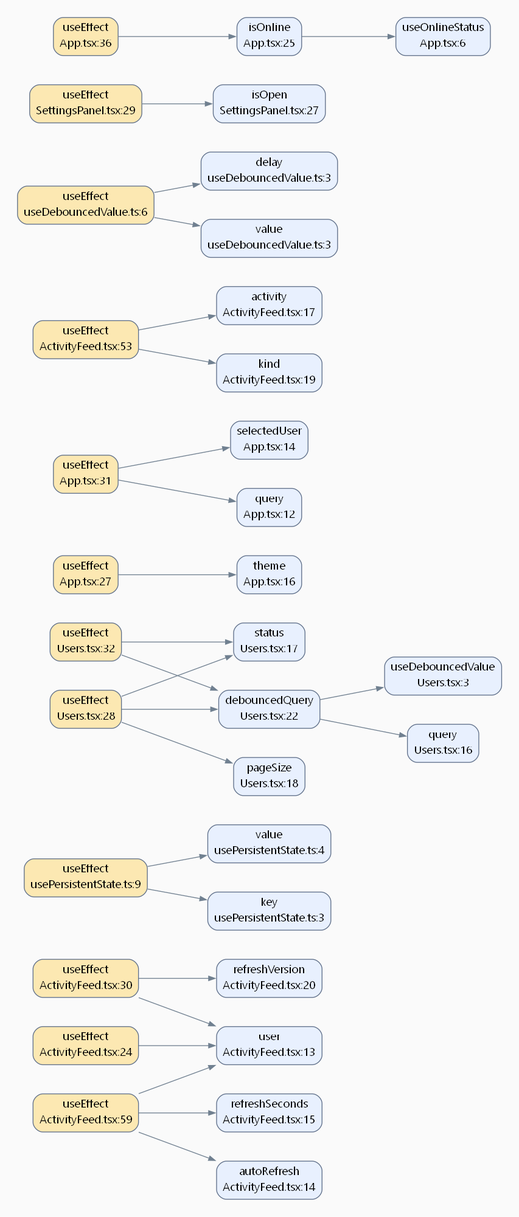
Earlier version of the Graphviz export codeql-graph/use-effects.png (fav757/use-effect-graph). Its source is kept beside it as codeql-graph/use-effects.dot.
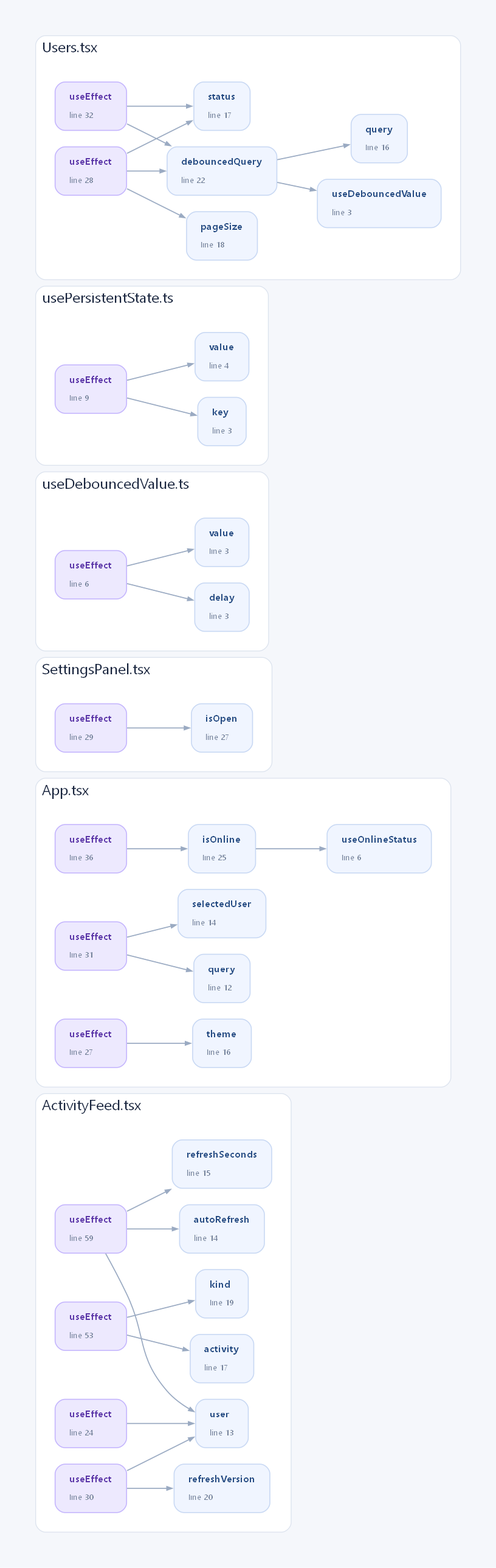
After the commit.

The edit, as a diff of the source:
```diff
@@ -1,63 +1,75 @@
 digraph UseEffects {
-  graph [rankdir=LR, bgcolor="#fafafa", pad="0.3", nodesep="0.5", ranksep="0.8"];
-  node [shape=box, style="rounded,filled", fillcolor="#e8f0fe", color="#5f6f89", fontname="Segoe UI"];
-  edge [color="#708090", arrowsize="0.8"];
-  "-16536259" [label="useEffect\nActivityFeed.tsx:30", fillcolor="#fce8b2", URL="file://E:/study/use-effect-graph/src/components/ActivityFeed.tsx:30:3:51:28"];
-  "-16536307" [label="refreshVersion\nActivityFeed.tsx:20", fillcolor="#e8f0fe", URL="file://E:/study/use-effect-graph/src/components/ActivityFeed.tsx:20:10:20:23"];
-  "-16531373" [label="useEffect\nusePersistentState.ts:9", fillcolor="#fce8b2", URL="file://E:/study/use-effect-graph/src/hooks/usePersistentState.ts:9:3:11:18"];
-  "-16536346" [label="refreshSeconds\nActivityFeed.tsx:15", fillcolor="#e8f0fe", URL="file://E:/study/use-effect-graph/src/components/ActivityFeed.tsx:15:3:15:16"];
-  "-16533578" [label="useEffect\nUsers.tsx:28", fillcolor="#fce8b2", URL="file://E:/study/use-effect-graph/src/components/Users.tsx:28:3:30:40"];
-  "-16533696" [label="useDebouncedValue\nUsers.tsx:3", fillcolor="#e8f0fe", URL="file://E:/study/use-effect-graph/src/components/Users.tsx:3:10:3:26"];
-  "-16537656" [label="useEffect\nApp.tsx:27", fillcolor="#fce8b2", URL="file://E:/study/use-effect-graph/src/App.tsx:27:3:29:13"];
-  "-16533621" [label="debouncedQuery\nUsers.tsx:22", fillcolor="#e8f0fe", URL="file://E:/study/use-effect-graph/src/components/Users.tsx:22:9:22:22"];
-  "-16533639" [label="query\nUsers.tsx:16", fillcolor="#e8f0fe", URL="file://E:/study/use-effect-graph/src/components/Users.tsx:16:3:16:7"];
-  "-16536352" [label="user\nActivityFeed.tsx:13", fillcolor="#e8f0fe", URL="file://E:/study/use-effect-graph/src/components/ActivityFeed.tsx:13:3:13:6"];
-  "-16536282" [label="useEffect\nActivityFeed.tsx:24", fillcolor="#fce8b2", URL="file://E:/study/use-effect-graph/src/components/ActivityFeed.tsx:24:3:28:16"];
-  "-16537712" [label="selectedUser\nApp.tsx:14", fillcolor="#e8f0fe", URL="file://E:/study/use-effect-graph/src/App.tsx:14:10:14:21"];
-  "-16536339" [label="activity\nActivityFeed.tsx:17", fillcolor="#e8f0fe", URL="file://E:/study/use-effect-graph/src/components/ActivityFeed.tsx:17:10:17:17"];
-  "-16537733" [label="query\nApp.tsx:12", fillcolor="#e8f0fe", URL="file://E:/study/use-effect-graph/src/App.tsx:12:10:12:14"];
-  "-16537691" [label="theme\nApp.tsx:16", fillcolor="#e8f0fe", URL="file://E:/study/use-effect-graph/src/App.tsx:16:10:16:14"];
-  "-16533636" [label="status\nUsers.tsx:17", fillcolor="#e8f0fe", URL="file://E:/study/use-effect-graph/src/components/Users.tsx:17:3:17:8"];
-  "-16531407" [label="value\nusePersistentState.ts:4", fillcolor="#e8f0fe", URL="file://E:/study/use-effect-graph/src/hooks/usePersistentState.ts:4:10:4:14"];
-  "-16531812" [label="delay\nuseDebouncedValue.ts:3", fillcolor="#e8f0fe", URL="file://E:/study/use-effect-graph/src/hooks/useDebouncedValue.ts:3:48:3:52"];
-  "-16533564" [label="useEffect\nUsers.tsx:32", fillcolor="#fce8b2", URL="file://E:/study/use-effect-graph/src/components/Users.tsx:32:3:49:30"];
-  "-16534811" [label="useEffect\nSettingsPanel.tsx:29", fillcolor="#fce8b2", URL="file://E:/study/use-effect-graph/src/components/SettingsPanel.tsx:29:3:36:14"];
-  "-16537604" [label="useEffect\nApp.tsx:36", fillcolor="#fce8b2", URL="file://E:/study/use-effect-graph/src/App.tsx:36:3:40:16"];
-  "-16533633" [label="pageSize\nUsers.tsx:18", fillcolor="#e8f0fe", URL="file://E:/study/use-effect-graph/src/components/Users.tsx:18:3:18:10"];
-  "-16536349" [label="autoRefresh\nActivityFeed.tsx:14", fillcolor="#e8f0fe", URL="file://E:/study/use-effect-graph/src/components/ActivityFeed.tsx:14:3:14:13"];
-  "-16536319" [label="kind\nActivityFeed.tsx:19", fillcolor="#e8f0fe", URL="file://E:/study/use-effect-graph/src/components/ActivityFeed.tsx:19:10:19:13"];
-  "-16534817" [label="isOpen\nSettingsPanel.tsx:27", fillcolor="#e8f0fe", URL="file://E:/study/use-effect-graph/src/components/SettingsPanel.tsx:27:10:27:15"];
-  "-16536161" [label="useEffect\nActivityFeed.tsx:53", fillcolor="#fce8b2", URL="file://E:/study/use-effect-graph/src/components/ActivityFeed.tsx:53:3:57:22"];
-  "-16536132" [label="useEffect\nActivityFeed.tsx:59", fillcolor="#fce8b2", URL="file://E:/study/use-effect-graph/src/components/ActivityFeed.tsx:59:3:66:41"];
-  "-16531795" [label="useEffect\nuseDebouncedValue.ts:6", fillcolor="#fce8b2", URL="file://E:/study/use-effect-graph/src/hooks/useDebouncedValue.ts:6:3:14:20"];
-  "-16531813" [label="value\nuseDebouncedValue.ts:3", fillcolor="#e8f0fe", URL="file://E:/study/use-effect-graph/src/hooks/useDebouncedValue.ts:3:38:3:42"];
-  "-16537660" [label="isOnline\nApp.tsx:25", fillcolor="#e8f0fe", URL="file://E:/study/use-effect-graph/src/App.tsx:25:9:25:16"];
-  "-16537638" [label="useEffect\nApp.tsx:31", fillcolor="#fce8b2", URL="file://E:/study/use-effect-graph/src/App.tsx:31:3:34:27"];
-  "-16537772" [label="useOnlineStatus\nApp.tsx:6", fillcolor="#e8f0fe", URL="file://E:/study/use-effect-graph/src/App.tsx:6:10:6:24"];
-  "-16531418" [label="key\nusePersistentState.ts:3", fillcolor="#e8f0fe", URL="file://E:/study/use-effect-graph/src/hooks/usePersistentState.ts:3:39:3:41"];
-  "-16537660" -> "-16537772";
-  "-16537656" -> "-16537691";
-  "-16537638" -> "-16537733";
-  "-16537638" -> "-16537712";
-  "-16537604" -> "-16537660";
-  "-16536282" -> "-16536352";
-  "-16536259" -> "-16536352";
-  "-16536259" -> "-16536307";
-  "-16536161" -> "-16536339";
-  "-16536161" -> "-16536319";
-  "-16536132" -> "-16536352";
-  "-16536132" -> "-16536349";
-  "-16536132" -> "-16536346";
-  "-16534811" -> "-16534817";
-  "-16533621" -> "-16533696";
-  "-16533621" -> "-16533639";
-  "-16533578" -> "-16533636";
-  "-16533578" -> "-16533633";
-  "-16533578" -> "-16533621";
-  "-16533564" -> "-16533636";
-  "-16533564" -> "-16533621";
-  "-16531795" -> "-16531813";
-  "-16531795" -> "-16531812";
-  "-16531373" -> "-16531418";
-  "-16531373" -> "-16531407";
+graph [rankdir=LR, bgcolor="#f5f7fb", pad="0.5", nodesep="0.28", ranksep="0.7", compound=true, fontname="Segoe UI", fontsize=18, fontcolor="#17233c"];
+node [shape=box, style="rounded,filled", margin="0.22,0.14", fontname="Segoe UI", fontsize=12, penwidth=1.2];
+edge [color="#9aaac2", penwidth=1.3, arrowsize=0.65];
+subgraph cluster_0 { label="ActivityFeed.tsx"; labeljust=l; style="rounded,filled"; color="#dce3ee"; fillcolor="white"; margin=24;
+"-16534076" [label=<<TABLE BORDER="0" CELLBORDER="0" CELLSPACING="0"><TR><TD ALIGN="LEFT"><FONT COLOR="#254b82"><B>user</B></FONT></TD></TR><TR><TD ALIGN="LEFT"><FONT COLOR="#738199" POINT-SIZE="10">line 13</FONT></TD></TR></TABLE>>, fillcolor="#f0f5ff", color="#c8d8f3", URL="file://E:/study/use-effect-graph/src/components/ActivityFeed.tsx:13:3:13:6", tooltip="ActivityFeed.tsx:13"];
+"-16534073" [label=<<TABLE BORDER="0" CELLBORDER="0" CELLSPACING="0"><TR><TD ALIGN="LEFT"><FONT COLOR="#254b82"><B>autoRefresh</B></FONT></TD></TR><TR><TD ALIGN="LEFT"><FONT COLOR="#738199" POINT-SIZE="10">line 14</FONT></TD></TR></TABLE>>, fillcolor="#f0f5ff", color="#c8d8f3", URL="file://E:/study/use-effect-graph/src/components/ActivityFeed.tsx:14:3:14:13", tooltip="ActivityFeed.tsx:14"];
+"-16534070" [label=<<TABLE BORDER="0" CELLBORDER="0" CELLSPACING="0"><TR><TD ALIGN="LEFT"><FONT COLOR="#254b82"><B>refreshSeconds</B></FONT></TD></TR><TR><TD ALIGN="LEFT"><FONT COLOR="#738199" POINT-SIZE="10">line 15</FONT></TD></TR></TABLE>>, fillcolor="#f0f5ff", color="#c8d8f3", URL="file://E:/study/use-effect-graph/src/components/ActivityFeed.tsx:15:3:15:16", tooltip="ActivityFeed.tsx:15"];
+"-16534063" [label=<<TABLE BORDER="0" CELLBORDER="0" CELLSPACING="0"><TR><TD ALIGN="LEFT"><FONT COLOR="#254b82"><B>activity</B></FONT></TD></TR><TR><TD ALIGN="LEFT"><FONT COLOR="#738199" POINT-SIZE="10">line 17</FONT></TD></TR></TABLE>>, fillcolor="#f0f5ff", color="#c8d8f3", URL="file://E:/study/use-effect-graph/src/components/ActivityFeed.tsx:17:10:17:17", tooltip="ActivityFeed.tsx:17"];
+"-16534043" [label=<<TABLE BORDER="0" CELLBORDER="0" CELLSPACING="0"><TR><TD ALIGN="LEFT"><FONT COLOR="#254b82"><B>kind</B></FONT></TD></TR><TR><TD ALIGN="LEFT"><FONT COLOR="#738199" POINT-SIZE="10">line 19</FONT></TD></TR></TABLE>>, fillcolor="#f0f5ff", color="#c8d8f3", URL="file://E:/study/use-effect-graph/src/components/ActivityFeed.tsx:19:10:19:13", tooltip="ActivityFeed.tsx:19"];
+"-16534031" [label=<<TABLE BORDER="0" CELLBORDER="0" CELLSPACING="0"><TR><TD ALIGN="LEFT"><FONT COLOR="#254b82"><B>refreshVersion</B></FONT></TD></TR><TR><TD ALIGN="LEFT"><FONT COLOR="#738199" POINT-SIZE="10">line 20</FONT></TD></TR></TABLE>>, fillcolor="#f0f5ff", color="#c8d8f3", URL="file://E:/study/use-effect-graph/src/components/ActivityFeed.tsx:20:10:20:23", tooltip="ActivityFeed.tsx:20"];
+"-16534006" [label=<<TABLE BORDER="0" CELLBORDER="0" CELLSPACING="0"><TR><TD ALIGN="LEFT"><FONT COLOR="#5b36a8"><B>useEffect</B></FONT></TD></TR><TR><TD ALIGN="LEFT"><FONT COLOR="#738199" POINT-SIZE="10">line 24</FONT></TD></TR></TABLE>>, fillcolor="#ede9fe", color="#c4b5fd", URL="file://E:/study/use-effect-graph/src/components/ActivityFeed.tsx:24:3:28:16", tooltip="ActivityFeed.tsx:24"];
+"-16533983" [label=<<TABLE BORDER="0" CELLBORDER="0" CELLSPACING="0"><TR><TD ALIGN="LEFT"><FONT COLOR="#5b36a8"><B>useEffect</B></FONT></TD></TR><TR><TD ALIGN="LEFT"><FONT COLOR="#738199" POINT-SIZE="10">line 30</FONT></TD></TR></TABLE>>, fillcolor="#ede9fe", color="#c4b5fd", URL="file://E:/study/use-effect-graph/src/components/ActivityFeed.tsx:30:3:51:28", tooltip="ActivityFeed.tsx:30"];
+"-16533885" [label=<<TABLE BORDER="0" CELLBORDER="0" CELLSPACING="0"><TR><TD ALIGN="LEFT"><FONT COLOR="#5b36a8"><B>useEffect</B></FONT></TD></TR><TR><TD ALIGN="LEFT"><FONT COLOR="#738199" POINT-SIZE="10">line 53</FONT></TD></TR></TABLE>>, fillcolor="#ede9fe", color="#c4b5fd", URL="file://E:/study/use-effect-graph/src/components/ActivityFeed.tsx:53:3:57:22", tooltip="ActivityFeed.tsx:53"];
+"-16533856" [label=<<TABLE BORDER="0" CELLBORDER="0" CELLSPACING="0"><TR><TD ALIGN="LEFT"><FONT COLOR="#5b36a8"><B>useEffect</B></FONT></TD></TR><TR><TD ALIGN="LEFT"><FONT COLOR="#738199" POINT-SIZE="10">line 59</FONT></TD></TR></TABLE>>, fillcolor="#ede9fe", color="#c4b5fd", URL="file://E:/study/use-effect-graph/src/components/ActivityFeed.tsx:59:3:66:41", tooltip="ActivityFeed.tsx:59"];
 }
+subgraph cluster_1 { label="App.tsx"; labeljust=l; style="rounded,filled"; color="#dce3ee"; fillcolor="white"; margin=24;
+"-16535496" [label=<<TABLE BORDER="0" CELLBORDER="0" CELLSPACING="0"><TR><TD ALIGN="LEFT"><FONT COLOR="#254b82"><B>useOnlineStatus</B></FONT></TD></TR><TR><TD ALIGN="LEFT"><FONT COLOR="#738199" POINT-SIZE="10">line 6</FONT></TD></TR></TABLE>>, fillcolor="#f0f5ff", color="#c8d8f3", URL="file://E:/study/use-effect-graph/src/App.tsx:6:10:6:24", tooltip="App.tsx:6"];
+"-16535457" [label=<<TABLE BORDER="0" CELLBORDER="0" CELLSPACING="0"><TR><TD ALIGN="LEFT"><FONT COLOR="#254b82"><B>query</B></FONT></TD></TR><TR><TD ALIGN="LEFT"><FONT COLOR="#738199" POINT-SIZE="10">line 12</FONT></TD></TR></TABLE>>, fillcolor="#f0f5ff", color="#c8d8f3", URL="file://E:/study/use-effect-graph/src/App.tsx:12:10:12:14", tooltip="App.tsx:12"];
+"-16535436" [label=<<TABLE BORDER="0" CELLBORDER="0" CELLSPACING="0"><TR><TD ALIGN="LEFT"><FONT COLOR="#254b82"><B>selectedUser</B></FONT></TD></TR><TR><TD ALIGN="LEFT"><FONT COLOR="#738199" POINT-SIZE="10">line 14</FONT></TD></TR></TABLE>>, fillcolor="#f0f5ff", color="#c8d8f3", URL="file://E:/study/use-effect-graph/src/App.tsx:14:10:14:21", tooltip="App.tsx:14"];
+"-16535415" [label=<<TABLE BORDER="0" CELLBORDER="0" CELLSPACING="0"><TR><TD ALIGN="LEFT"><FONT COLOR="#254b82"><B>theme</B></FONT></TD></TR><TR><TD ALIGN="LEFT"><FONT COLOR="#738199" POINT-SIZE="10">line 16</FONT></TD></TR></TABLE>>, fillcolor="#f0f5ff", color="#c8d8f3", URL="file://E:/study/use-effect-graph/src/App.tsx:16:10:16:14", tooltip="App.tsx:16"];
+"-16535384" [label=<<TABLE BORDER="0" CELLBORDER="0" CELLSPACING="0"><TR><TD ALIGN="LEFT"><FONT COLOR="#254b82"><B>isOnline</B></FONT></TD></TR><TR><TD ALIGN="LEFT"><FONT COLOR="#738199" POINT-SIZE="10">line 25</FONT></TD></TR></TABLE>>, fillcolor="#f0f5ff", color="#c8d8f3", URL="file://E:/study/use-effect-graph/src/App.tsx:25:9:25:16", tooltip="App.tsx:25"];
+"-16535380" [label=<<TABLE BORDER="0" CELLBORDER="0" CELLSPACING="0"><TR><TD ALIGN="LEFT"><FONT COLOR="#5b36a8"><B>useEffect</B></FONT></TD></TR><TR><TD ALIGN="LEFT"><FONT COLOR="#738199" POINT-SIZE="10">line 27</FONT></TD></TR></TABLE>>, fillcolor="#ede9fe", color="#c4b5fd", URL="file://E:/study/use-effect-graph/src/App.tsx:27:3:29:13", tooltip="App.tsx:27"];
+"-16535362" [label=<<TABLE BORDER="0" CELLBORDER="0" CELLSPACING="0"><TR><TD ALIGN="LEFT"><FONT COLOR="#5b36a8"><B>useEffect</B></FONT></TD></TR><TR><TD ALIGN="LEFT"><FONT COLOR="#738199" POINT-SIZE="10">line 31</FONT></TD></TR></TABLE>>, fillcolor="#ede9fe", color="#c4b5fd", URL="file://E:/study/use-effect-graph/src/App.tsx:31:3:34:27", tooltip="App.tsx:31"];
+"-16535328" [label=<<TABLE BORDER="0" CELLBORDER="0" CELLSPACING="0"><TR><TD ALIGN="LEFT"><FONT COLOR="#5b36a8"><B>useEffect</B></FONT></TD></TR><TR><TD ALIGN="LEFT"><FONT COLOR="#738199" POINT-SIZE="10">line 36</FONT></TD></TR></TABLE>>, fillcolor="#ede9fe", color="#c4b5fd", URL="file://E:/study/use-effect-graph/src/App.tsx:36:3:40:16", tooltip="App.tsx:36"];
+}
+subgraph cluster_2 { label="SettingsPanel.tsx"; labeljust=l; style="rounded,filled"; color="#dce3ee"; fillcolor="white"; margin=24;
+"-16532541" [label=<<TABLE BORDER="0" CELLBORDER="0" CELLSPACING="0"><TR><TD ALIGN="LEFT"><FONT COLOR="#254b82"><B>isOpen</B></FONT></TD></TR><TR><TD ALIGN="LEFT"><FONT COLOR="#738199" POINT-SIZE="10">line 27</FONT></TD></TR></TABLE>>, fillcolor="#f0f5ff", color="#c8d8f3", URL="file://E:/study/use-effect-graph/src/components/SettingsPanel.tsx:27:10:27:15", tooltip="SettingsPanel.tsx:27"];
+"-16532535" [label=<<TABLE BORDER="0" CELLBORDER="0" CELLSPACING="0"><TR><TD ALIGN="LEFT"><FONT COLOR="#5b36a8"><B>useEffect</B></FONT></TD></TR><TR><TD ALIGN="LEFT"><FONT COLOR="#738199" POINT-SIZE="10">line 29</FONT></TD></TR></TABLE>>, fillcolor="#ede9fe", color="#c4b5fd", URL="file://E:/study/use-effect-graph/src/components/SettingsPanel.tsx:29:3:36:14", tooltip="SettingsPanel.tsx:29"];
+}
+subgraph cluster_3 { label="useDebouncedValue.ts"; labeljust=l; style="rounded,filled"; color="#dce3ee"; fillcolor="white"; margin=24;
+"-16529536" [label=<<TABLE BORDER="0" CELLBORDER="0" CELLSPACING="0"><TR><TD ALIGN="LEFT"><FONT COLOR="#254b82"><B>delay</B></FONT></TD></TR><TR><TD ALIGN="LEFT"><FONT COLOR="#738199" POINT-SIZE="10">line 3</FONT></TD></TR></TABLE>>, fillcolor="#f0f5ff", color="#c8d8f3", URL="file://E:/study/use-effect-graph/src/hooks/useDebouncedValue.ts:3:48:3:52", tooltip="useDebouncedValue.ts:3"];
+"-16529537" [label=<<TABLE BORDER="0" CELLBORDER="0" CELLSPACING="0"><TR><TD ALIGN="LEFT"><FONT COLOR="#254b82"><B>value</B></FONT></TD></TR><TR><TD ALIGN="LEFT"><FONT COLOR="#738199" POINT-SIZE="10">line 3</FONT></TD></TR></TABLE>>, fillcolor="#f0f5ff", color="#c8d8f3", URL="file://E:/study/use-effect-graph/src/hooks/useDebouncedValue.ts:3:38:3:42", tooltip="useDebouncedValue.ts:3"];
+"-16529519" [label=<<TABLE BORDER="0" CELLBORDER="0" CELLSPACING="0"><TR><TD ALIGN="LEFT"><FONT COLOR="#5b36a8"><B>useEffect</B></FONT></TD></TR><TR><TD ALIGN="LEFT"><FONT COLOR="#738199" POINT-SIZE="10">line 6</FONT></TD></TR></TABLE>>, fillcolor="#ede9fe", color="#c4b5fd", URL="file://E:/study/use-effect-graph/src/hooks/useDebouncedValue.ts:6:3:14:20", tooltip="useDebouncedValue.ts:6"];
+}
+subgraph cluster_4 { label="usePersistentState.ts"; labeljust=l; style="rounded,filled"; color="#dce3ee"; fillcolor="white"; margin=24;
+"-16529142" [label=<<TABLE BORDER="0" CELLBORDER="0" CELLSPACING="0"><TR><TD ALIGN="LEFT"><FONT COLOR="#254b82"><B>key</B></FONT></TD></TR><TR><TD ALIGN="LEFT"><FONT COLOR="#738199" POINT-SIZE="10">line 3</FONT></TD></TR></TABLE>>, fillcolor="#f0f5ff", color="#c8d8f3", URL="file://E:/study/use-effect-graph/src/hooks/usePersistentState.ts:3:39:3:41", tooltip="usePersistentState.ts:3"];
+"-16529131" [label=<<TABLE BORDER="0" CELLBORDER="0" CELLSPACING="0"><TR><TD ALIGN="LEFT"><FONT COLOR="#254b82"><B>value</B></FONT></TD></TR><TR><TD ALIGN="LEFT"><FONT COLOR="#738199" POINT-SIZE="10">line 4</FONT></TD></TR></TABLE>>, fillcolor="#f0f5ff", color="#c8d8f3", URL="file://E:/study/use-effect-graph/src/hooks/usePersistentState.ts:4:10:4:14", tooltip="usePersistentState.ts:4"];
+"-16529097" [label=<<TABLE BORDER="0" CELLBORDER="0" CELLSPACING="0"><TR><TD ALIGN="LEFT"><FONT COLOR="#5b36a8"><B>useEffect</B></FONT></TD></TR><TR><TD ALIGN="LEFT"><FONT COLOR="#738199" POINT-SIZE="10">line 9</FONT></TD></TR></TABLE>>, fillcolor="#ede9fe", color="#c4b5fd", URL="file://E:/study/use-effect-graph/src/hooks/usePersistentState.ts:9:3:11:18", tooltip="usePersistentState.ts:9"];
+}
+subgraph cluster_5 { label="Users.tsx"; labeljust=l; style="rounded,filled"; color="#dce3ee"; fillcolor="white"; margin=24;
+"-16531420" [label=<<TABLE BORDER="0" CELLBORDER="0" CELLSPACING="0"><TR><TD ALIGN="LEFT"><FONT COLOR="#254b82"><B>useDebouncedValue</B></FONT></TD></TR><TR><TD ALIGN="LEFT"><FONT COLOR="#738199" POINT-SIZE="10">line 3</FONT></TD></TR></TABLE>>, fillcolor="#f0f5ff", color="#c8d8f3", URL="file://E:/study/use-effect-graph/src/components/Users.tsx:3:10:3:26", tooltip="Users.tsx:3"];
+"-16531363" [label=<<TABLE BORDER="0" CELLBORDER="0" CELLSPACING="0"><TR><TD ALIGN="LEFT"><FONT COLOR="#254b82"><B>query</B></FONT></TD></TR><TR><TD ALIGN="LEFT"><FONT COLOR="#738199" POINT-SIZE="10">line 16</FONT></TD></TR></TABLE>>, fillcolor="#f0f5ff", color="#c8d8f3", URL="file://E:/study/use-effect-graph/src/components/Users.tsx:16:3:16:7", tooltip="Users.tsx:16"];
+"-16531360" [label=<<TABLE BORDER="0" CELLBORDER="0" CELLSPACING="0"><TR><TD ALIGN="LEFT"><FONT COLOR="#254b82"><B>status</B></FONT></TD></TR><TR><TD ALIGN="LEFT"><FONT COLOR="#738199" POINT-SIZE="10">line 17</FONT></TD></TR></TABLE>>, fillcolor="#f0f5ff", color="#c8d8f3", URL="file://E:/study/use-effect-graph/src/components/Users.tsx:17:3:17:8", tooltip="Users.tsx:17"];
+"-16531357" [label=<<TABLE BORDER="0" CELLBORDER="0" CELLSPACING="0"><TR><TD ALIGN="LEFT"><FONT COLOR="#254b82"><B>pageSize</B></FONT></TD></TR><TR><TD ALIGN="LEFT"><FONT COLOR="#738199" POINT-SIZE="10">line 18</FONT></TD></TR></TABLE>>, fillcolor="#f0f5ff", color="#c8d8f3", URL="file://E:/study/use-effect-graph/src/components/Users.tsx:18:3:18:10", tooltip="Users.tsx:18"];
+"-16531345" [label=<<TABLE BORDER="0" CELLBORDER="0" CELLSPACING="0"><TR><TD ALIGN="LEFT"><FONT COLOR="#254b82"><B>debouncedQuery</B></FONT></TD></TR><TR><TD ALIGN="LEFT"><FONT COLOR="#738199" POINT-SIZE="10">line 22</FONT></TD></TR></TABLE>>, fillcolor="#f0f5ff", color="#c8d8f3", URL="file://E:/study/use-effect-graph/src/components/Users.tsx:22:9:22:22", tooltip="Users.tsx:22"];
+"-16531302" [label=<<TABLE BORDER="0" CELLBORDER="0" CELLSPACING="0"><TR><TD ALIGN="LEFT"><FONT COLOR="#5b36a8"><B>useEffect</B></FONT></TD></TR><TR><TD ALIGN="LEFT"><FONT COLOR="#738199" POINT-SIZE="10">line 28</FONT></TD></TR></TABLE>>, fillcolor="#ede9fe", color="#c4b5fd", URL="file://E:/study/use-effect-graph/src/components/Users.tsx:28:3:30:40", tooltip="Users.tsx:28"];
+"-16531288" [label=<<TABLE BORDER="0" CELLBORDER="0" CELLSPACING="0"><TR><TD ALIGN="LEFT"><FONT COLOR="#5b36a8"><B>useEffect</B></FONT></TD></TR><TR><TD ALIGN="LEFT"><FONT COLOR="#738199" POINT-SIZE="10">line 32</FONT></TD></TR></TABLE>>, fillcolor="#ede9fe", color="#c4b5fd", URL="file://E:/study/use-effect-graph/src/components/Users.tsx:32:3:49:30", tooltip="Users.tsx:32"];
+}
+"-16535384" -> "-16535496";
+"-16535380" -> "-16535415";
+"-16535362" -> "-16535457";
+"-16535362" -> "-16535436";
+"-16535328" -> "-16535384";
+"-16534006" -> "-16534076";
+"-16533983" -> "-16534076";
+"-16533983" -> "-16534031";
+"-16533885" -> "-16534063";
+"-16533885" -> "-16534043";
+"-16533856" -> "-16534076";
+"-16533856" -> "-16534073";
+"-16533856" -> "-16534070";
+"-16532535" -> "-16532541";
+"-16531345" -> "-16531420";
+"-16531345" -> "-16531363";
+"-16531302" -> "-16531360";
+"-16531302" -> "-16531357";
+"-16531302" -> "-16531345";
+"-16531288" -> "-16531360";
+"-16531288" -> "-16531345";
+"-16529519" -> "-16529537";
+"-16529519" -> "-16529536";
+"-16529097" -> "-16529142";
+"-16529097" -> "-16529131";
+}
```
